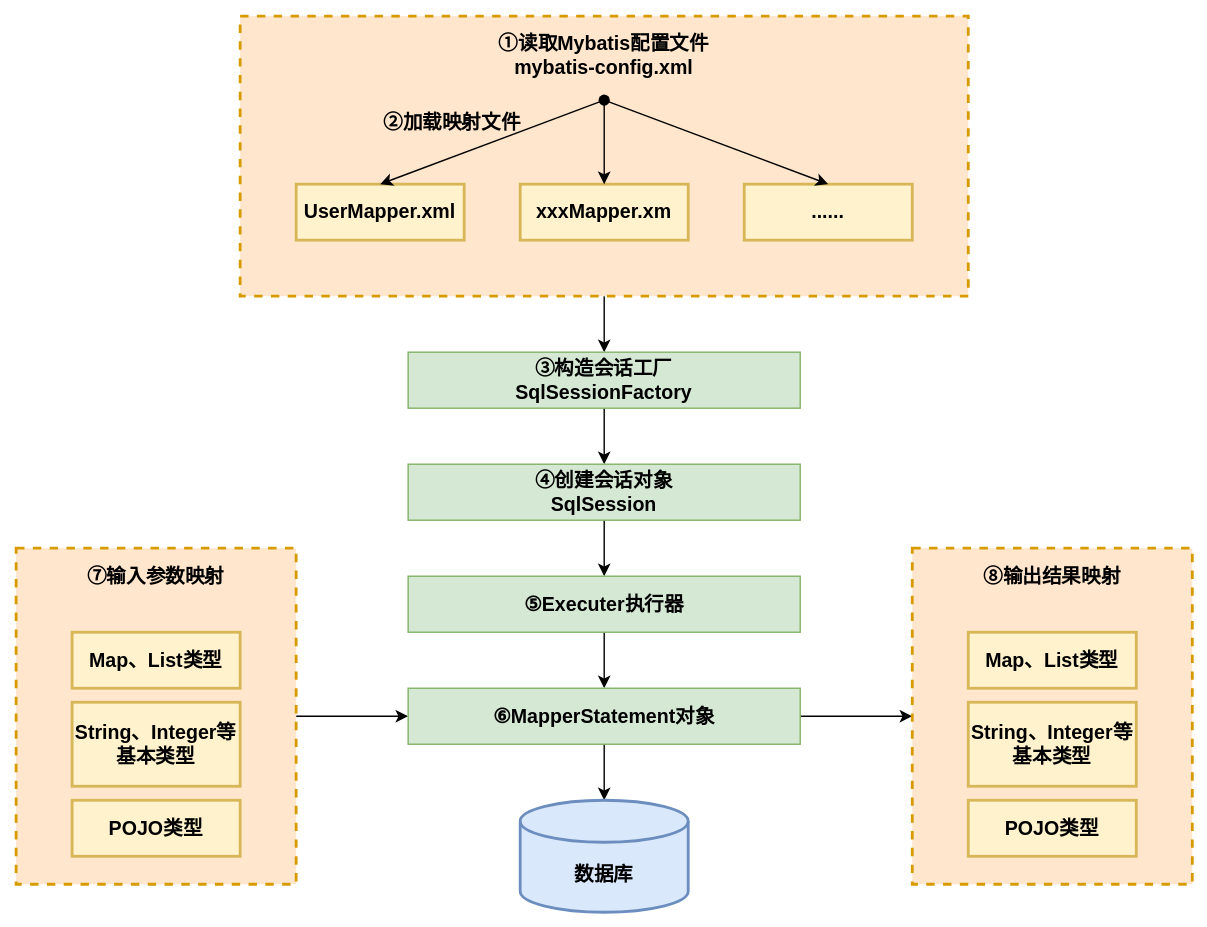
This is Java/Mybatis/Mybatis基础/Mybatis工作原理.drawio.svg from Developer-Tang/notes, a draw.io export, as it was before one commit. Source tidied: cells renumbered, new cells last; positions are measured from the earlier drawing's top-left corner, leaving out a move shared by most shapes. Source of this version:
```xml
<mxGraphModel>
  <root>
    <mxCell id="0" />
    <mxCell id="1" parent="0" />
    <mxCell id="2" style="edgeStyle=none;rounded=0;jettySize=auto;html=1;fontSize=14;" parent="1" edge="1" source="3" target="15">
      <mxGeometry relative="1" as="geometry" />
    </mxCell>
    <mxCell id="3" value="①读取Mybatis配置文件&lt;br style=&quot;font-size: 14px;&quot;&gt;mybatis-config.xml" style="rounded=0;whiteSpace=wrap;html=1;fillColor=#ffe6cc;dashed=1;strokeWidth=2;fontSize=14;fontStyle=1;verticalAlign=top;spacingTop=5;strokeColor=#d79b00;" parent="1" vertex="1">
      <mxGeometry x="160" width="520" height="200" as="geometry" />
    </mxCell>
    <mxCell id="4" style="edgeStyle=none;rounded=0;jettySize=auto;html=1;fontFamily=Helvetica;fontSize=14;fontColor=default;" parent="1" edge="1" source="5" target="22">
      <mxGeometry relative="1" as="geometry" />
    </mxCell>
    <mxCell id="5" value="⑦输入参数映射" style="rounded=0;whiteSpace=wrap;html=1;fillColor=#ffe6cc;dashed=1;strokeWidth=2;fontSize=14;fontStyle=1;verticalAlign=top;spacingTop=5;strokeColor=#d79b00;" parent="1" vertex="1">
      <mxGeometry y="380" width="200" height="240" as="geometry" />
    </mxCell>
    <mxCell id="6" value="UserMapper.xml" style="rounded=0;whiteSpace=wrap;html=1;strokeWidth=2;fontSize=14;fillColor=#fff2cc;fontStyle=1;strokeColor=#d6b656;" parent="1" vertex="1">
      <mxGeometry x="200" y="120" width="120" height="40" as="geometry" />
    </mxCell>
    <mxCell id="7" value="xxxMapper.xm" style="rounded=0;whiteSpace=wrap;html=1;strokeWidth=2;fontSize=14;fillColor=#fff2cc;fontStyle=1;strokeColor=#d6b656;" parent="1" vertex="1">
      <mxGeometry x="360" y="120" width="120" height="40" as="geometry" />
    </mxCell>
    <mxCell id="8" value="......" style="rounded=0;whiteSpace=wrap;html=1;strokeWidth=2;fontSize=14;fillColor=#fff2cc;fontStyle=1;strokeColor=#d6b656;" parent="1" vertex="1">
      <mxGeometry x="520" y="120" width="120" height="40" as="geometry" />
    </mxCell>
    <mxCell id="9" style="rounded=0;jettySize=auto;html=1;fontSize=14;entryX=0.5;entryY=0;entryDx=0;entryDy=0;fontStyle=1;" parent="1" edge="1" source="11" target="7">
      <mxGeometry relative="1" as="geometry" />
    </mxCell>
    <mxCell id="10" value="②加载映射文件" style="edgeLabel;html=1;align=center;verticalAlign=middle;fontSize=14;labelBackgroundColor=none;fontStyle=1;" parent="9" vertex="1">
      <mxGeometry x="-0.39" relative="1" as="geometry">
        <mxPoint x="-110" y="-3" as="offset" />
      </mxGeometry>
    </mxCell>
    <mxCell id="11" style="shape=waypoint;sketch=0;size=6;points=[];fillColor=none;perimeter=centerPerimeter;snapToPoint=1;strokeWidth=2;fontSize=14;fontStyle=1;" parent="1" vertex="1">
      <mxGeometry x="400" y="40" width="40" height="40" as="geometry" />
    </mxCell>
    <mxCell id="12" style="rounded=0;jettySize=auto;html=1;fontSize=14;entryX=0.5;entryY=0;entryDx=0;entryDy=0;exitX=0.475;exitY=0.45;exitDx=0;exitDy=0;exitPerimeter=0;fontStyle=1;" parent="1" edge="1" source="11" target="8">
      <mxGeometry relative="1" as="geometry" />
    </mxCell>
    <mxCell id="13" style="rounded=0;jettySize=auto;html=1;fontSize=14;entryX=0.5;entryY=0;entryDx=0;entryDy=0;fontStyle=1;" parent="1" edge="1" source="11" target="6">
      <mxGeometry relative="1" as="geometry" />
    </mxCell>
    <mxCell id="14" style="edgeStyle=none;rounded=0;jettySize=auto;html=1;fontFamily=Helvetica;fontSize=14;fontColor=default;" parent="1" edge="1" source="15" target="17">
      <mxGeometry relative="1" as="geometry" />
    </mxCell>
    <mxCell id="15" value="③构造会话工厂&lt;br&gt;SqlSessionFactory" style="rounded=0;whiteSpace=wrap;html=1;strokeWidth=1;fontSize=14;fontStyle=1;verticalAlign=middle;spacingTop=0;fillColor=#d5e8d4;strokeColor=#82b366;" parent="1" vertex="1">
      <mxGeometry x="280" y="240" width="280" height="40" as="geometry" />
    </mxCell>
    <mxCell id="16" style="edgeStyle=none;rounded=0;jettySize=auto;html=1;fontFamily=Helvetica;fontSize=14;fontColor=default;" parent="1" edge="1" source="17" target="19">
      <mxGeometry relative="1" as="geometry" />
    </mxCell>
    <mxCell id="17" value="④创建会话对象&lt;br&gt;SqlSession" style="rounded=0;whiteSpace=wrap;html=1;strokeWidth=1;fontSize=14;fontStyle=1;verticalAlign=middle;spacingTop=0;fillColor=#d5e8d4;strokeColor=#82b366;" parent="1" vertex="1">
      <mxGeometry x="280" y="320" width="280" height="40" as="geometry" />
    </mxCell>
    <mxCell id="18" style="edgeStyle=none;rounded=0;jettySize=auto;html=1;fontFamily=Helvetica;fontSize=14;fontColor=default;" parent="1" edge="1" source="19" target="22">
      <mxGeometry relative="1" as="geometry" />
    </mxCell>
    <mxCell id="19" value="⑤Executer执行器" style="rounded=0;whiteSpace=wrap;html=1;strokeWidth=1;fontSize=14;fontStyle=1;verticalAlign=middle;spacingTop=0;fillColor=#d5e8d4;strokeColor=#82b366;" parent="1" vertex="1">
      <mxGeometry x="280" y="400" width="280" height="40" as="geometry" />
    </mxCell>
    <mxCell id="20" style="edgeStyle=none;rounded=0;jettySize=auto;html=1;fontFamily=Helvetica;fontSize=14;fontColor=default;" parent="1" edge="1" source="22" target="23">
      <mxGeometry relative="1" as="geometry" />
    </mxCell>
    <mxCell id="21" style="edgeStyle=none;rounded=0;jettySize=auto;html=1;fontFamily=Helvetica;fontSize=14;fontColor=default;" parent="1" edge="1" source="22" target="24">
      <mxGeometry relative="1" as="geometry" />
    </mxCell>
    <mxCell id="22" value="⑥MapperStatement对象" style="rounded=0;whiteSpace=wrap;html=1;strokeWidth=1;fontSize=14;fontStyle=1;verticalAlign=middle;spacingTop=0;fillColor=#d5e8d4;strokeColor=#82b366;" parent="1" vertex="1">
      <mxGeometry x="280" y="480" width="280" height="40" as="geometry" />
    </mxCell>
    <mxCell id="23" value="数据库" style="shape=cylinder3;whiteSpace=wrap;html=1;boundedLbl=1;backgroundOutline=1;size=15;rounded=0;strokeColor=#6c8ebf;strokeWidth=2;fontFamily=Helvetica;fontSize=14;fillColor=#dae8fc;fontStyle=1;" parent="1" vertex="1">
      <mxGeometry x="360" y="560" width="120" height="80" as="geometry" />
    </mxCell>
    <mxCell id="24" value="⑧输出结果映射" style="rounded=0;whiteSpace=wrap;html=1;fillColor=#ffe6cc;dashed=1;strokeWidth=2;fontSize=14;fontStyle=1;verticalAlign=top;spacingTop=5;strokeColor=#d79b00;" parent="1" vertex="1">
      <mxGeometry x="640" y="380" width="200" height="240" as="geometry" />
    </mxCell>
    <mxCell id="25" value="Map、List类型" style="rounded=0;whiteSpace=wrap;html=1;strokeWidth=2;fontSize=14;fillColor=#fff2cc;fontStyle=1;strokeColor=#d6b656;" parent="1" vertex="1">
      <mxGeometry x="40" y="440" width="120" height="40" as="geometry" />
    </mxCell>
    <mxCell id="26" value="String、Integer等基本类型" style="rounded=0;whiteSpace=wrap;html=1;strokeWidth=2;fontSize=14;fillColor=#fff2cc;fontStyle=1;strokeColor=#d6b656;" parent="1" vertex="1">
      <mxGeometry x="40" y="490" width="120" height="60" as="geometry" />
    </mxCell>
    <mxCell id="27" value="POJO类型" style="rounded=0;whiteSpace=wrap;html=1;strokeWidth=2;fontSize=14;fillColor=#fff2cc;fontStyle=1;strokeColor=#d6b656;" parent="1" vertex="1">
      <mxGeometry x="40" y="560" width="120" height="40" as="geometry" />
    </mxCell>
    <mxCell id="28" value="Map、List类型" style="rounded=0;whiteSpace=wrap;html=1;strokeWidth=2;fontSize=14;fillColor=#fff2cc;fontStyle=1;strokeColor=#d6b656;" parent="1" vertex="1">
      <mxGeometry x="680" y="440" width="120" height="40" as="geometry" />
    </mxCell>
    <mxCell id="29" value="String、Integer等基本类型" style="rounded=0;whiteSpace=wrap;html=1;strokeWidth=2;fontSize=14;fillColor=#fff2cc;fontStyle=1;strokeColor=#d6b656;" parent="1" vertex="1">
      <mxGeometry x="680" y="490" width="120" height="60" as="geometry" />
    </mxCell>
    <mxCell id="30" value="POJO类型" style="rounded=0;whiteSpace=wrap;html=1;strokeWidth=2;fontSize=14;fillColor=#fff2cc;fontStyle=1;strokeColor=#d6b656;" parent="1" vertex="1">
      <mxGeometry x="680" y="560" width="120" height="40" as="geometry" />
    </mxCell>
  </root>
</mxGraphModel>
```
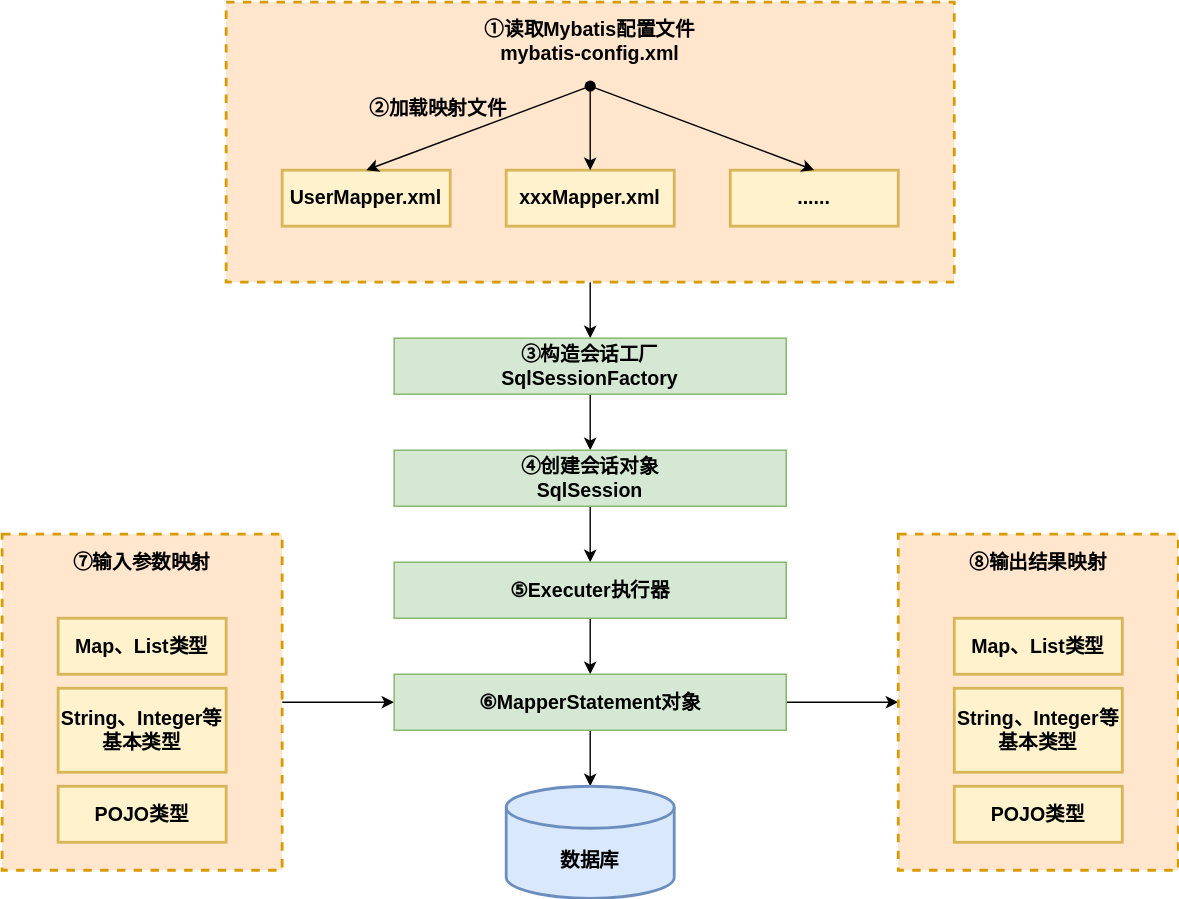
The same diagram one commit later.

What changed in the source:
```diff
@@ -17,7 +17,7 @@
     <mxCell id="6" value="UserMapper.xml" style="rounded=0;whiteSpace=wrap;html=1;strokeWidth=2;fontSize=14;fillColor=#fff2cc;fontStyle=1;strokeColor=#d6b656;" parent="1" vertex="1">
       <mxGeometry x="200" y="120" width="120" height="40" as="geometry" />
     </mxCell>
-    <mxCell id="7" value="xxxMapper.xm" style="rounded=0;whiteSpace=wrap;html=1;strokeWidth=2;fontSize=14;fillColor=#fff2cc;fontStyle=1;strokeColor=#d6b656;" parent="1" vertex="1">
+    <mxCell id="7" value="xxxMapper.xml" style="rounded=0;whiteSpace=wrap;html=1;strokeWidth=2;fontSize=14;fillColor=#fff2cc;fontStyle=1;strokeColor=#d6b656;" parent="1" vertex="1">
       <mxGeometry x="360" y="120" width="120" height="40" as="geometry" />
     </mxCell>
     <mxCell id="8" value="......" style="rounded=0;whiteSpace=wrap;html=1;strokeWidth=2;fontSize=14;fillColor=#fff2cc;fontStyle=1;strokeColor=#d6b656;" parent="1" vertex="1">
```
